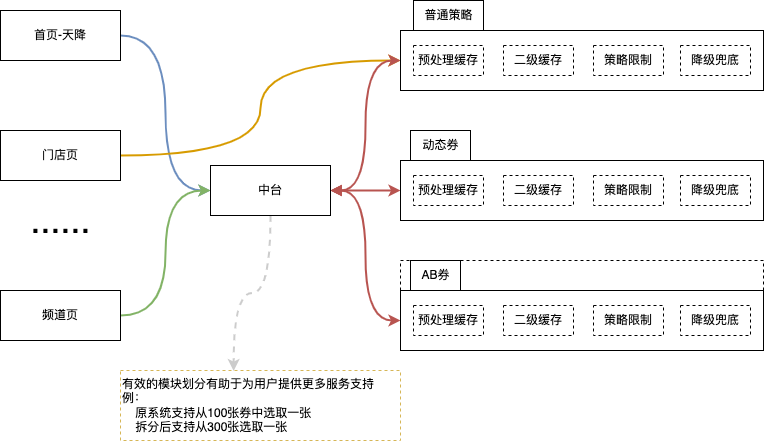
845642761/diagram keeps this draw.io diagram as 策略中台.png. Above is the earlier version. Source tidied: cells renumbered, new cells last; positions are measured from the earlier drawing's top-left corner, leaving out a move shared by most shapes.
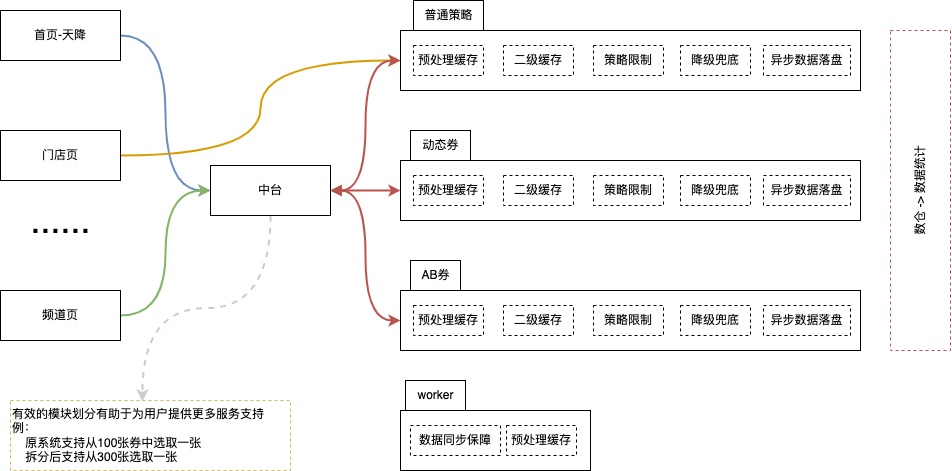
Later version of the same file.

Commit message:
更新策略中台.png

The edit, as a diff of the source:
```diff
@@ -32,77 +32,95 @@
     <mxCell id="11" style="edgeStyle=orthogonalEdgeStyle;curved=1;rounded=0;jettySize=auto;html=1;entryX=0;entryY=0.5;entryDx=0;entryDy=0;fontFamily=Helvetica;fontSize=12;strokeColor=#b85450;fillColor=#f8cecc;strokeWidth=2;startArrow=block;startFill=1;" parent="1" edge="1" source="13" target="29">
       <mxGeometry relative="1" as="geometry" />
     </mxCell>
-    <mxCell id="12" style="edgeStyle=orthogonalEdgeStyle;curved=1;rounded=0;jettySize=auto;html=1;entryX=0.404;entryY=0.007;entryDx=0;entryDy=0;entryPerimeter=0;fontFamily=Helvetica;fontSize=12;startArrow=none;startFill=0;strokeWidth=2;dashed=1;strokeColor=#CCCCCC;" parent="1" edge="1" source="13" target="35">
+    <mxCell id="12" style="edgeStyle=orthogonalEdgeStyle;curved=1;rounded=0;jettySize=auto;html=1;entryX=0.471;entryY=0.014;entryDx=0;entryDy=0;entryPerimeter=0;fontFamily=Helvetica;fontSize=12;startArrow=none;startFill=0;strokeWidth=2;dashed=1;strokeColor=#CCCCCC;" parent="1" edge="1" source="13" target="35">
       <mxGeometry relative="1" as="geometry" />
     </mxCell>
     <mxCell id="13" value="中台" style="rounded=0;whiteSpace=wrap;html=1;fontFamily=Helvetica;fontSize=12;" parent="1" vertex="1">
       <mxGeometry x="210" y="165" width="120" height="50" as="geometry" />
     </mxCell>
-    <mxCell id="14" style="group;dashed=1;dashPattern=1 1;" parent="1" vertex="1">
-      <mxGeometry x="400" width="363" height="90" as="geometry" />
-    </mxCell>
+    <mxCell id="35" value="有效的模块划分有助于为用户提供更多服务支持&lt;br&gt;例：&lt;br&gt;&amp;nbsp; &amp;nbsp; 原系统支持从100张券中选取一张&lt;br&gt;&amp;nbsp; &amp;nbsp; 拆分后支持从300张选取一张" style="text;html=1;align=left;verticalAlign=middle;points=[];strokeColor=#d6b656;fillColor=none;fontSize=12;fontFamily=Helvetica;dashed=1;" parent="1" vertex="1">
+      <mxGeometry x="10" y="400" width="280" height="70" as="geometry" />
+    </mxCell>
+    <mxCell id="36" value="数仓 -&amp;gt; 数据统计" style="rounded=0;whiteSpace=wrap;html=1;dashed=1;fontFamily=Helvetica;fontSize=12;strokeColor=#B85450;fillColor=none;verticalAlign=middle;horizontal=0;" parent="1" vertex="1">
+      <mxGeometry x="890" y="30" width="60" height="320" as="geometry" />
+    </mxCell>
+    <mxCell id="37" style="group;" parent="1" vertex="1">
+      <mxGeometry x="400" y="380" width="190" height="90" as="geometry" />
+    </mxCell>
+    <mxCell id="38" style="rounded=0;whiteSpace=wrap;html=1;fontFamily=Helvetica;fontSize=12;strokeColor=#000000;fillColor=none;" parent="37" vertex="1">
+      <mxGeometry y="30" width="190" height="60" as="geometry" />
+    </mxCell>
+    <mxCell id="39" value="数据同步保障" style="rounded=0;whiteSpace=wrap;html=1;fontFamily=Helvetica;fontSize=12;dashed=1;" parent="37" vertex="1">
+      <mxGeometry x="10" y="45" width="90" height="30" as="geometry" />
+    </mxCell>
+    <mxCell id="40" value="预处理缓存" style="rounded=0;whiteSpace=wrap;html=1;fontFamily=Helvetica;fontSize=12;dashed=1;" parent="37" vertex="1">
+      <mxGeometry x="106" y="45" width="70" height="30" as="geometry" />
+    </mxCell>
+    <mxCell id="41" value="&lt;span style=&quot;&quot;&gt;worker&lt;/span&gt;" style="text;html=1;align=center;verticalAlign=middle;strokeColor=default;fillColor=none;fontSize=12;fontFamily=Helvetica;" parent="37" vertex="1">
+      <mxGeometry x="5" width="60" height="30" as="geometry" />
+    </mxCell>
-    <mxCell id="15" style="rounded=0;whiteSpace=wrap;html=1;fontFamily=Helvetica;fontSize=12;" parent="14" vertex="1">
-      <mxGeometry y="30" width="363" height="60" as="geometry" />
+    <mxCell id="15" style="rounded=0;whiteSpace=wrap;html=1;fontFamily=Helvetica;fontSize=12;" parent="1" vertex="1">
+      <mxGeometry x="400" y="30" width="460" height="60" as="geometry" />
     </mxCell>
-    <mxCell id="16" value="&lt;span style=&quot;&quot;&gt;普通策略&lt;/span&gt;" style="text;html=1;align=center;verticalAlign=middle;strokeColor=default;fillColor=none;fontSize=12;fontFamily=Helvetica;" parent="14" vertex="1">
-      <mxGeometry x="13" width="70" height="30" as="geometry" />
+    <mxCell id="16" value="&lt;span style=&quot;&quot;&gt;普通策略&lt;/span&gt;" style="text;html=1;align=center;verticalAlign=middle;strokeColor=default;fillColor=none;fontSize=12;fontFamily=Helvetica;" parent="1" vertex="1">
+      <mxGeometry x="413" width="70" height="30" as="geometry" />
     </mxCell>
-    <mxCell id="17" value="二级缓存" style="rounded=0;whiteSpace=wrap;html=1;fontFamily=Helvetica;fontSize=12;dashed=1;" parent="14" vertex="1">
-      <mxGeometry x="103" y="45" width="70" height="30" as="geometry" />
+    <mxCell id="17" value="二级缓存" style="rounded=0;whiteSpace=wrap;html=1;fontFamily=Helvetica;fontSize=12;dashed=1;" parent="1" vertex="1">
+      <mxGeometry x="503" y="45" width="70" height="30" as="geometry" />
     </mxCell>
-    <mxCell id="18" value="预处理缓存" style="rounded=0;whiteSpace=wrap;html=1;fontFamily=Helvetica;fontSize=12;dashed=1;" parent="14" vertex="1">
-      <mxGeometry x="13" y="45" width="70" height="30" as="geometry" />
+    <mxCell id="18" value="预处理缓存" style="rounded=0;whiteSpace=wrap;html=1;fontFamily=Helvetica;fontSize=12;dashed=1;" parent="1" vertex="1">
+      <mxGeometry x="413" y="45" width="70" height="30" as="geometry" />
     </mxCell>
-    <mxCell id="19" value="策略限制" style="rounded=0;whiteSpace=wrap;html=1;fontFamily=Helvetica;fontSize=12;dashed=1;" parent="14" vertex="1">
-      <mxGeometry x="193" y="45" width="70" height="30" as="geometry" />
+    <mxCell id="19" value="策略限制" style="rounded=0;whiteSpace=wrap;html=1;fontFamily=Helvetica;fontSize=12;dashed=1;" parent="1" vertex="1">
+      <mxGeometry x="593" y="45" width="70" height="30" as="geometry" />
     </mxCell>
-    <mxCell id="20" value="降级兜底" style="rounded=0;whiteSpace=wrap;html=1;fontFamily=Helvetica;fontSize=12;dashed=1;" parent="14" vertex="1">
-      <mxGeometry x="280" y="45" width="70" height="30" as="geometry" />
+    <mxCell id="20" value="降级兜底" style="rounded=0;whiteSpace=wrap;html=1;fontFamily=Helvetica;fontSize=12;dashed=1;" parent="1" vertex="1">
+      <mxGeometry x="680" y="45" width="70" height="30" as="geometry" />
     </mxCell>
-    <mxCell id="21" style="group;" parent="1" vertex="1">
-      <mxGeometry x="400" y="130" width="363" height="90" as="geometry" />
-    </mxCell>
+    <mxCell id="42" value="异步数据落盘" style="rounded=0;whiteSpace=wrap;html=1;fontFamily=Helvetica;fontSize=12;dashed=1;" parent="1" vertex="1">
+      <mxGeometry x="763" y="45" width="87" height="30" as="geometry" />
+    </mxCell>
-    <mxCell id="22" style="rounded=0;whiteSpace=wrap;html=1;fontFamily=Helvetica;fontSize=12;" parent="21" vertex="1">
-      <mxGeometry y="30" width="363" height="60" as="geometry" />
+    <mxCell id="22" style="rounded=0;whiteSpace=wrap;html=1;fontFamily=Helvetica;fontSize=12;" parent="1" vertex="1">
+      <mxGeometry x="400" y="160" width="460" height="60" as="geometry" />
     </mxCell>
-    <mxCell id="23" value="动态券" style="text;html=1;align=center;verticalAlign=middle;strokeColor=default;fillColor=none;fontSize=12;fontFamily=Helvetica;" parent="21" vertex="1">
-      <mxGeometry x="10" width="60" height="30" as="geometry" />
+    <mxCell id="23" value="动态券" style="text;html=1;align=center;verticalAlign=middle;strokeColor=default;fillColor=none;fontSize=12;fontFamily=Helvetica;" parent="1" vertex="1">
+      <mxGeometry x="410" y="130" width="60" height="30" as="geometry" />
     </mxCell>
-    <mxCell id="24" value="二级缓存" style="rounded=0;whiteSpace=wrap;html=1;fontFamily=Helvetica;fontSize=12;dashed=1;" parent="21" vertex="1">
-      <mxGeometry x="103" y="45" width="70" height="30" as="geometry" />
+    <mxCell id="24" value="二级缓存" style="rounded=0;whiteSpace=wrap;html=1;fontFamily=Helvetica;fontSize=12;dashed=1;" parent="1" vertex="1">
+      <mxGeometry x="503" y="175" width="70" height="30" as="geometry" />
     </mxCell>
-    <mxCell id="25" value="预处理缓存" style="rounded=0;whiteSpace=wrap;html=1;fontFamily=Helvetica;fontSize=12;dashed=1;" parent="21" vertex="1">
-      <mxGeometry x="13" y="45" width="70" height="30" as="geometry" />
+    <mxCell id="25" value="预处理缓存" style="rounded=0;whiteSpace=wrap;html=1;fontFamily=Helvetica;fontSize=12;dashed=1;" parent="1" vertex="1">
+      <mxGeometry x="413" y="175" width="70" height="30" as="geometry" />
     </mxCell>
-    <mxCell id="26" value="策略限制" style="rounded=0;whiteSpace=wrap;html=1;fontFamily=Helvetica;fontSize=12;dashed=1;" parent="21" vertex="1">
-      <mxGeometry x="193" y="45" width="70" height="30" as="geometry" />
+    <mxCell id="26" value="策略限制" style="rounded=0;whiteSpace=wrap;html=1;fontFamily=Helvetica;fontSize=12;dashed=1;" parent="1" vertex="1">
+      <mxGeometry x="593" y="175" width="70" height="30" as="geometry" />
     </mxCell>
-    <mxCell id="27" value="降级兜底" style="rounded=0;whiteSpace=wrap;html=1;fontFamily=Helvetica;fontSize=12;dashed=1;" parent="21" vertex="1">
-      <mxGeometry x="280" y="45" width="70" height="30" as="geometry" />
+    <mxCell id="27" value="降级兜底" style="rounded=0;whiteSpace=wrap;html=1;fontFamily=Helvetica;fontSize=12;dashed=1;" parent="1" vertex="1">
+      <mxGeometry x="680" y="175" width="70" height="30" as="geometry" />
     </mxCell>
-    <mxCell id="28" style="group;verticalAlign=middle;fillColor=default;strokeColor=default;rounded=0;dashed=1;" parent="1" vertex="1">
-      <mxGeometry x="400" y="260" width="363" height="90" as="geometry" />
-    </mxCell>
+    <mxCell id="43" value="异步数据落盘" style="rounded=0;whiteSpace=wrap;html=1;fontFamily=Helvetica;fontSize=12;dashed=1;" parent="1" vertex="1">
+      <mxGeometry x="763" y="175" width="87" height="30" as="geometry" />
+    </mxCell>
-    <mxCell id="29" style="rounded=0;whiteSpace=wrap;html=1;fontFamily=Helvetica;fontSize=12;" parent="28" vertex="1">
-      <mxGeometry y="30" width="363" height="60" as="geometry" />
+    <mxCell id="29" style="rounded=0;whiteSpace=wrap;html=1;fontFamily=Helvetica;fontSize=12;" parent="1" vertex="1">
+      <mxGeometry x="400" y="290" width="460" height="60" as="geometry" />
     </mxCell>
-    <mxCell id="30" value="&lt;span style=&quot;&quot;&gt;AB券&lt;/span&gt;" style="text;html=1;align=center;verticalAlign=middle;strokeColor=default;fillColor=none;fontSize=12;fontFamily=Helvetica;" parent="28" vertex="1">
-      <mxGeometry x="10" width="50" height="30" as="geometry" />
+    <mxCell id="30" value="&lt;span style=&quot;&quot;&gt;AB券&lt;/span&gt;" style="text;html=1;align=center;verticalAlign=middle;strokeColor=default;fillColor=none;fontSize=12;fontFamily=Helvetica;" parent="1" vertex="1">
+      <mxGeometry x="410" y="260" width="50" height="30" as="geometry" />
     </mxCell>
-    <mxCell id="31" value="二级缓存" style="rounded=0;whiteSpace=wrap;html=1;fontFamily=Helvetica;fontSize=12;dashed=1;" parent="28" vertex="1">
-      <mxGeometry x="103" y="45" width="70" height="30" as="geometry" />
+    <mxCell id="31" value="二级缓存" style="rounded=0;whiteSpace=wrap;html=1;fontFamily=Helvetica;fontSize=12;dashed=1;" parent="1" vertex="1">
+      <mxGeometry x="503" y="305" width="70" height="30" as="geometry" />
     </mxCell>
-    <mxCell id="32" value="预处理缓存" style="rounded=0;whiteSpace=wrap;html=1;fontFamily=Helvetica;fontSize=12;dashed=1;" parent="28" vertex="1">
-      <mxGeometry x="13" y="45" width="70" height="30" as="geometry" />
+    <mxCell id="32" value="预处理缓存" style="rounded=0;whiteSpace=wrap;html=1;fontFamily=Helvetica;fontSize=12;dashed=1;" parent="1" vertex="1">
+      <mxGeometry x="413" y="305" width="70" height="30" as="geometry" />
     </mxCell>
-    <mxCell id="33" value="策略限制" style="rounded=0;whiteSpace=wrap;html=1;fontFamily=Helvetica;fontSize=12;dashed=1;" parent="28" vertex="1">
-      <mxGeometry x="193" y="45" width="70" height="30" as="geometry" />
+    <mxCell id="33" value="策略限制" style="rounded=0;whiteSpace=wrap;html=1;fontFamily=Helvetica;fontSize=12;dashed=1;" parent="1" vertex="1">
+      <mxGeometry x="593" y="305" width="70" height="30" as="geometry" />
     </mxCell>
-    <mxCell id="34" value="降级兜底" style="rounded=0;whiteSpace=wrap;html=1;fontFamily=Helvetica;fontSize=12;dashed=1;" parent="28" vertex="1">
-      <mxGeometry x="280" y="45" width="70" height="30" as="geometry" />
+    <mxCell id="34" value="降级兜底" style="rounded=0;whiteSpace=wrap;html=1;fontFamily=Helvetica;fontSize=12;dashed=1;" parent="1" vertex="1">
+      <mxGeometry x="680" y="305" width="70" height="30" as="geometry" />
     </mxCell>
-    <mxCell id="35" value="有效的模块划分有助于为用户提供更多服务支持&lt;br&gt;例：&lt;br&gt;&amp;nbsp; &amp;nbsp; 原系统支持从100张券中选取一张&lt;br&gt;&amp;nbsp; &amp;nbsp; 拆分后支持从300张选取一张" style="text;html=1;align=left;verticalAlign=middle;points=[];strokeColor=#d6b656;fillColor=none;fontSize=12;fontFamily=Helvetica;dashed=1;" parent="1" vertex="1">
-      <mxGeometry x="120" y="370" width="280" height="70" as="geometry" />
-    </mxCell>
+    <mxCell id="44" value="异步数据落盘" style="rounded=0;whiteSpace=wrap;html=1;fontFamily=Helvetica;fontSize=12;dashed=1;" parent="1" vertex="1">
+      <mxGeometry x="763" y="305" width="87" height="30" as="geometry" />
+    </mxCell>
   </root>
 </mxGraphModel>
```
